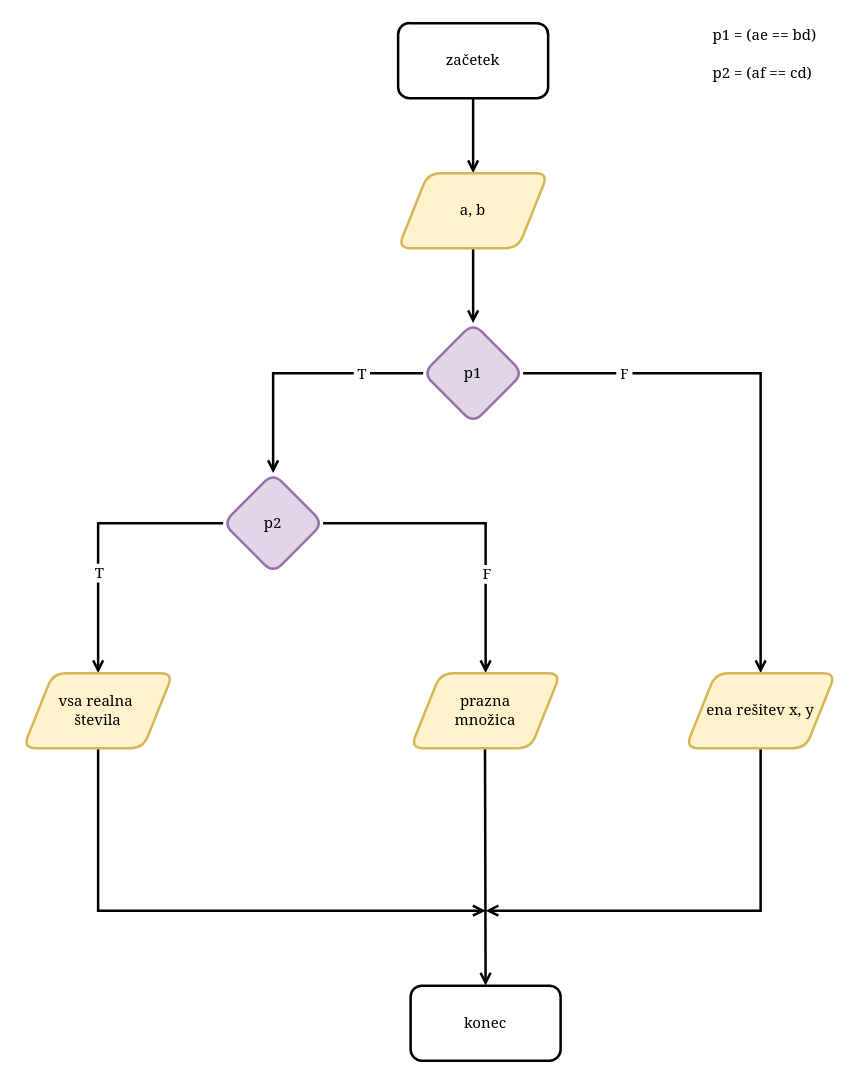
Above: pythonVaje/Sistem linearnih enačb.drawio in kreativnost-v-kodiranju/python (draw.io), before the change. Source tidied: cells renumbered, new cells numbered last; positions are measured from the earlier drawing's top-left corner, leaving out a move shared by most shapes. Both pictures are drawn from the tidied source at 125%, with x=0, y=0 at pixel (22, 22).
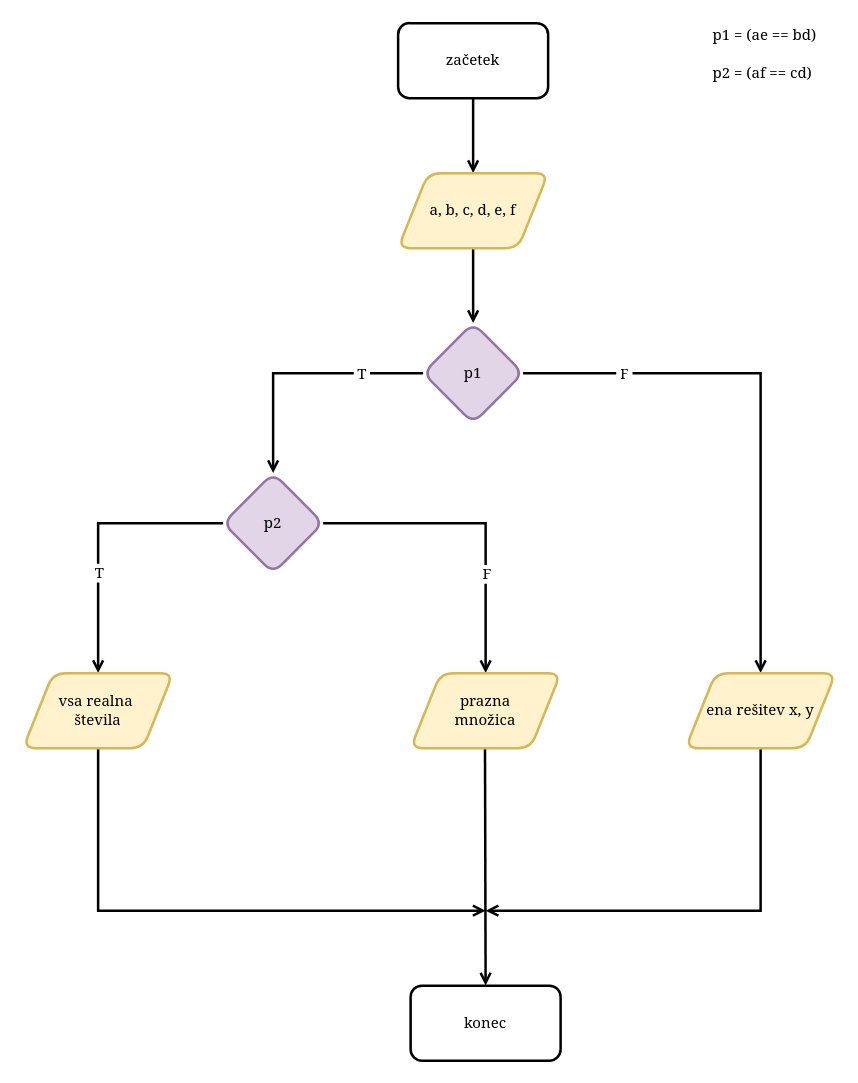
The same diagram, later.

What changed in the source:
```diff
@@
-    <mxCell id="5" value="a, b" style="shape=parallelogram;perimeter=parallelogramPerimeter;whiteSpace=wrap;html=1;strokeWidth=2;fontFamily=Georgia;fillColor=#fff2cc;strokeColor=#d6b656;rounded=1;" parent="1" vertex="1">
+    <mxCell id="5" value="a, b, c, d, e, f" style="shape=parallelogram;perimeter=parallelogramPerimeter;whiteSpace=wrap;html=1;strokeWidth=2;fontFamily=Georgia;fillColor=#fff2cc;strokeColor=#d6b656;rounded=1;" parent="1" vertex="1">
       <mxGeometry x="300" y="120" width="120" height="60" as="geometry" />
     </mxCell>
```
